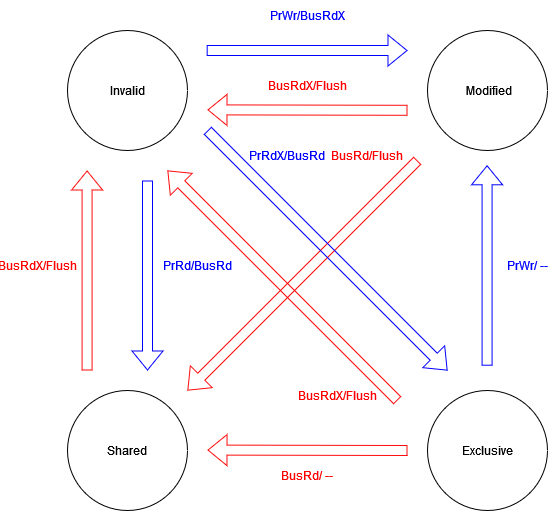
This is img/interesting_mesi.drawio.png from chekfung/parallel_comp_arch_final_project, a draw.io export, as it was before one commit. Source tidied: cells renumbered, new cells last; positions are measured from the earlier drawing's top-left corner, leaving out a move shared by most shapes. The source it was exported from:
```xml
<mxGraphModel>
  <root>
    <mxCell id="0" />
    <mxCell id="1" parent="0" />
    <mxCell id="2" value="Invalid" style="ellipse;whiteSpace=wrap;html=1;" parent="1" vertex="1">
      <mxGeometry x="60" y="30" width="120" height="120" as="geometry" />
    </mxCell>
    <mxCell id="3" value="Shared" style="ellipse;whiteSpace=wrap;html=1;" parent="1" vertex="1">
      <mxGeometry x="60" y="390" width="120" height="120" as="geometry" />
    </mxCell>
    <mxCell id="4" value="Exclusive" style="ellipse;whiteSpace=wrap;html=1;" parent="1" vertex="1">
      <mxGeometry x="420" y="390" width="120" height="120" as="geometry" />
    </mxCell>
    <mxCell id="5" value="&amp;nbsp;Modified" style="ellipse;whiteSpace=wrap;html=1;" parent="1" vertex="1">
      <mxGeometry x="420" y="30" width="120" height="120" as="geometry" />
    </mxCell>
    <mxCell id="6" style="shape=flexArrow;endArrow=classic;html=1;rounded=0;strokeColor=#ff0b0b;" parent="1" edge="1">
      <mxGeometry relative="1" as="geometry">
        <mxPoint x="400" y="109.8" as="sourcePoint" />
        <mxPoint x="200" y="109.4" as="targetPoint" />
      </mxGeometry>
    </mxCell>
    <mxCell id="7" style="shape=flexArrow;endArrow=classic;html=1;rounded=0;strokeColor=#ff0b0b;" parent="1" edge="1">
      <mxGeometry relative="1" as="geometry">
        <mxPoint x="390" y="400" as="sourcePoint" />
        <mxPoint x="160" y="170" as="targetPoint" />
      </mxGeometry>
    </mxCell>
    <mxCell id="8" style="shape=flexArrow;endArrow=classic;html=1;rounded=0;strokeColor=#ff0b0b;" parent="1" edge="1">
      <mxGeometry relative="1" as="geometry">
        <mxPoint x="79.6" y="370" as="sourcePoint" />
        <mxPoint x="79.6" y="170" as="targetPoint" />
      </mxGeometry>
    </mxCell>
    <mxCell id="9" value="BusRd/ --" style="text;html=1;strokeColor=none;fillColor=none;align=center;verticalAlign=middle;whiteSpace=wrap;rounded=0;fontColor=#ff0000;" parent="1" vertex="1">
      <mxGeometry x="270" y="460" width="60" height="30" as="geometry" />
    </mxCell>
    <mxCell id="10" value="BusRdX/Flush" style="text;html=1;strokeColor=none;fillColor=none;align=center;verticalAlign=middle;whiteSpace=wrap;rounded=0;fontColor=#ff0000;" parent="1" vertex="1">
      <mxGeometry y="250" width="60" height="30" as="geometry" />
    </mxCell>
    <mxCell id="11" value="BusRdX/Flush" style="text;html=1;strokeColor=none;fillColor=none;align=center;verticalAlign=middle;whiteSpace=wrap;rounded=0;fontColor=#ff0000;" parent="1" vertex="1">
      <mxGeometry x="270" y="69.8" width="60" height="30" as="geometry" />
    </mxCell>
    <mxCell id="12" style="shape=flexArrow;endArrow=classic;html=1;rounded=0;strokeColor=#ff0b0b;" parent="1" edge="1">
      <mxGeometry relative="1" as="geometry">
        <mxPoint x="400" y="450" as="sourcePoint" />
        <mxPoint x="200" y="449.6" as="targetPoint" />
      </mxGeometry>
    </mxCell>
    <mxCell id="13" value="BusRdX/Flush" style="text;html=1;strokeColor=none;fillColor=none;align=center;verticalAlign=middle;whiteSpace=wrap;rounded=0;fontColor=#ff0000;" parent="1" vertex="1">
      <mxGeometry x="300" y="380" width="60" height="30" as="geometry" />
    </mxCell>
    <mxCell id="14" style="shape=flexArrow;endArrow=classic;html=1;rounded=0;strokeColor=#ff0b0b;" parent="1" edge="1">
      <mxGeometry relative="1" as="geometry">
        <mxPoint x="410" y="160" as="sourcePoint" />
        <mxPoint x="180" y="390" as="targetPoint" />
      </mxGeometry>
    </mxCell>
    <mxCell id="15" value="BusRd/Flush" style="text;html=1;strokeColor=none;fillColor=none;align=center;verticalAlign=middle;whiteSpace=wrap;rounded=0;fontColor=#ff0000;" parent="1" vertex="1">
      <mxGeometry x="330" y="140" width="60" height="30" as="geometry" />
    </mxCell>
    <mxCell id="16" style="shape=flexArrow;endArrow=classic;html=1;rounded=0;strokeColor=#0000ff;" parent="1" edge="1">
      <mxGeometry relative="1" as="geometry">
        <mxPoint x="479.6" y="365.2" as="sourcePoint" />
        <mxPoint x="479.6" y="164.8" as="targetPoint" />
      </mxGeometry>
    </mxCell>
    <mxCell id="17" style="shape=flexArrow;endArrow=classic;html=1;rounded=0;strokeColor=#0000ff;" parent="1" edge="1">
      <mxGeometry relative="1" as="geometry">
        <mxPoint x="140" y="180" as="sourcePoint" />
        <mxPoint x="140" y="370" as="targetPoint" />
      </mxGeometry>
    </mxCell>
    <mxCell id="18" value="PrWr/ --" style="text;html=1;strokeColor=none;fillColor=none;align=center;verticalAlign=middle;whiteSpace=wrap;rounded=0;fontColor=#0000ff;" parent="1" vertex="1">
      <mxGeometry x="490" y="250" width="60" height="30" as="geometry" />
    </mxCell>
    <mxCell id="19" value="PrRd/BusRd" style="text;html=1;strokeColor=none;fillColor=none;align=center;verticalAlign=middle;whiteSpace=wrap;rounded=0;fontColor=#0000ff;" parent="1" vertex="1">
      <mxGeometry x="160" y="250" width="60" height="30" as="geometry" />
    </mxCell>
    <mxCell id="20" style="shape=flexArrow;endArrow=classic;html=1;rounded=0;strokeColor=#0000ff;" parent="1" edge="1">
      <mxGeometry relative="1" as="geometry">
        <mxPoint x="200" y="130" as="sourcePoint" />
        <mxPoint x="440" y="370" as="targetPoint" />
      </mxGeometry>
    </mxCell>
    <mxCell id="21" value="PrRdX/BusRd" style="text;html=1;strokeColor=none;fillColor=none;align=center;verticalAlign=middle;whiteSpace=wrap;rounded=0;fontColor=#0000ff;" parent="1" vertex="1">
      <mxGeometry x="250" y="140" width="60" height="30" as="geometry" />
    </mxCell>
    <mxCell id="22" style="shape=flexArrow;endArrow=classic;html=1;rounded=0;strokeColor=#0000ff;" parent="1" edge="1">
      <mxGeometry relative="1" as="geometry">
        <mxPoint x="199.2" y="50" as="sourcePoint" />
        <mxPoint x="400" y="50" as="targetPoint" />
      </mxGeometry>
    </mxCell>
    <mxCell id="23" value="PrWr/BusRdX" style="text;html=1;strokeColor=none;fillColor=none;align=center;verticalAlign=middle;whiteSpace=wrap;rounded=0;fontColor=#0000ff;" parent="1" vertex="1">
      <mxGeometry x="270" width="60" height="30" as="geometry" />
    </mxCell>
  </root>
</mxGraphModel>
```
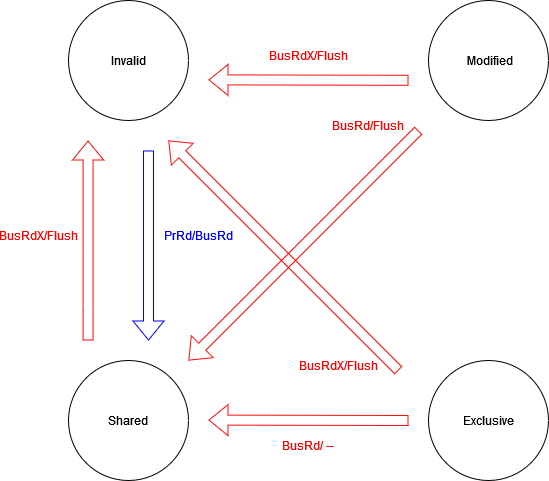
The same file after the commit.

What changed in the source:
```diff
@@ -59,41 +59,14 @@
     <mxCell id="15" value="BusRd/Flush" style="text;html=1;strokeColor=none;fillColor=none;align=center;verticalAlign=middle;whiteSpace=wrap;rounded=0;fontColor=#ff0000;" parent="1" vertex="1">
       <mxGeometry x="330" y="140" width="60" height="30" as="geometry" />
     </mxCell>
-    <mxCell id="16" style="shape=flexArrow;endArrow=classic;html=1;rounded=0;strokeColor=#0000ff;" parent="1" edge="1">
-      <mxGeometry relative="1" as="geometry">
-        <mxPoint x="479.6" y="365.2" as="sourcePoint" />
-        <mxPoint x="479.6" y="164.8" as="targetPoint" />
-      </mxGeometry>
-    </mxCell>
     <mxCell id="17" style="shape=flexArrow;endArrow=classic;html=1;rounded=0;strokeColor=#0000ff;" parent="1" edge="1">
       <mxGeometry relative="1" as="geometry">
         <mxPoint x="140" y="180" as="sourcePoint" />
         <mxPoint x="140" y="370" as="targetPoint" />
       </mxGeometry>
     </mxCell>
-    <mxCell id="18" value="PrWr/ --" style="text;html=1;strokeColor=none;fillColor=none;align=center;verticalAlign=middle;whiteSpace=wrap;rounded=0;fontColor=#0000ff;" parent="1" vertex="1">
-      <mxGeometry x="490" y="250" width="60" height="30" as="geometry" />
-    </mxCell>
     <mxCell id="19" value="PrRd/BusRd" style="text;html=1;strokeColor=none;fillColor=none;align=center;verticalAlign=middle;whiteSpace=wrap;rounded=0;fontColor=#0000ff;" parent="1" vertex="1">
       <mxGeometry x="160" y="250" width="60" height="30" as="geometry" />
     </mxCell>
-    <mxCell id="20" style="shape=flexArrow;endArrow=classic;html=1;rounded=0;strokeColor=#0000ff;" parent="1" edge="1">
-      <mxGeometry relative="1" as="geometry">
-        <mxPoint x="200" y="130" as="sourcePoint" />
-        <mxPoint x="440" y="370" as="targetPoint" />
-      </mxGeometry>
-    </mxCell>
-    <mxCell id="21" value="PrRdX/BusRd" style="text;html=1;strokeColor=none;fillColor=none;align=center;verticalAlign=middle;whiteSpace=wrap;rounded=0;fontColor=#0000ff;" parent="1" vertex="1">
-      <mxGeometry x="250" y="140" width="60" height="30" as="geometry" />
-    </mxCell>
-    <mxCell id="22" style="shape=flexArrow;endArrow=classic;html=1;rounded=0;strokeColor=#0000ff;" parent="1" edge="1">
-      <mxGeometry relative="1" as="geometry">
-        <mxPoint x="199.2" y="50" as="sourcePoint" />
-        <mxPoint x="400" y="50" as="targetPoint" />
-      </mxGeometry>
-    </mxCell>
-    <mxCell id="23" value="PrWr/BusRdX" style="text;html=1;strokeColor=none;fillColor=none;align=center;verticalAlign=middle;whiteSpace=wrap;rounded=0;fontColor=#0000ff;" parent="1" vertex="1">
-      <mxGeometry x="270" width="60" height="30" as="geometry" />
-    </mxCell>
   </root>
 </mxGraphModel>
```
